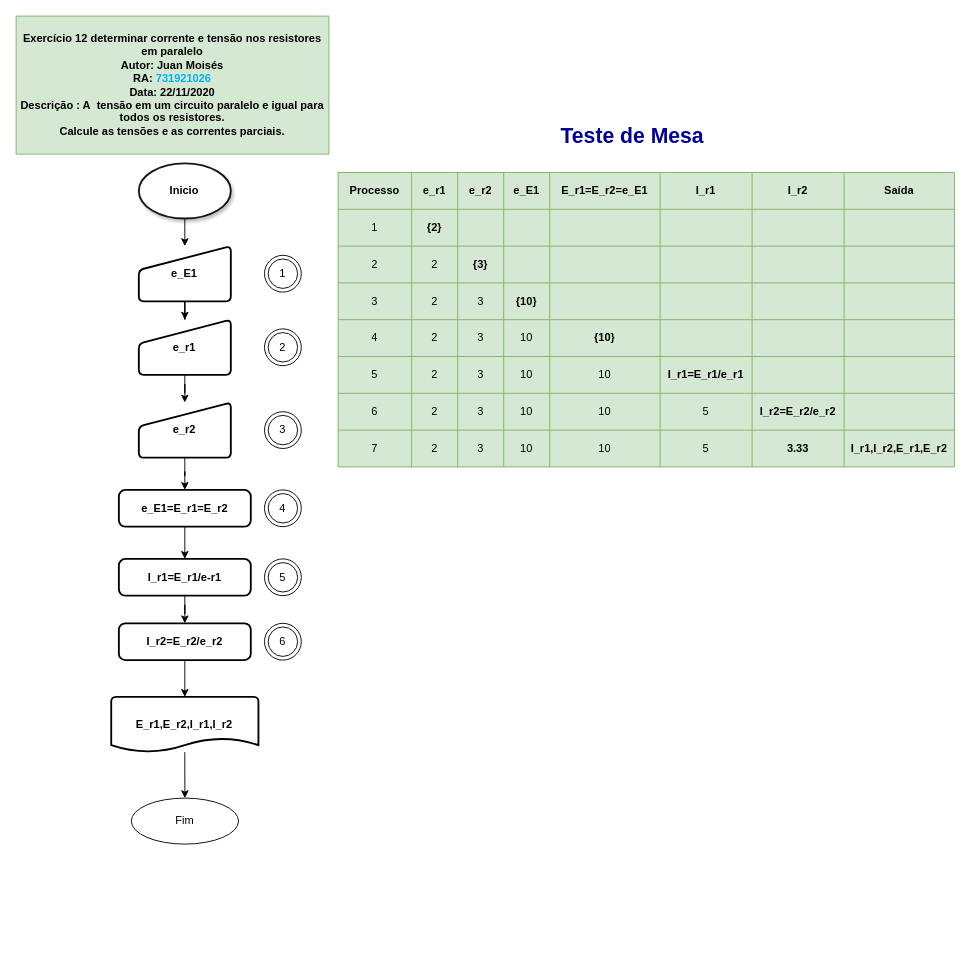
Above: Exercicio_12_resistores_paralelo.drawio in juanmoises/FATEC-ELETRONICA-731921026-juan-LTP (draw.io), before the change. Source tidied: cells renumbered, new cells numbered last; positions are measured from the earlier drawing's top-left corner, leaving out a move shared by most shapes. Both pictures are drawn from the tidied source at 92%, with x=0, y=0 at pixel (16, 16).
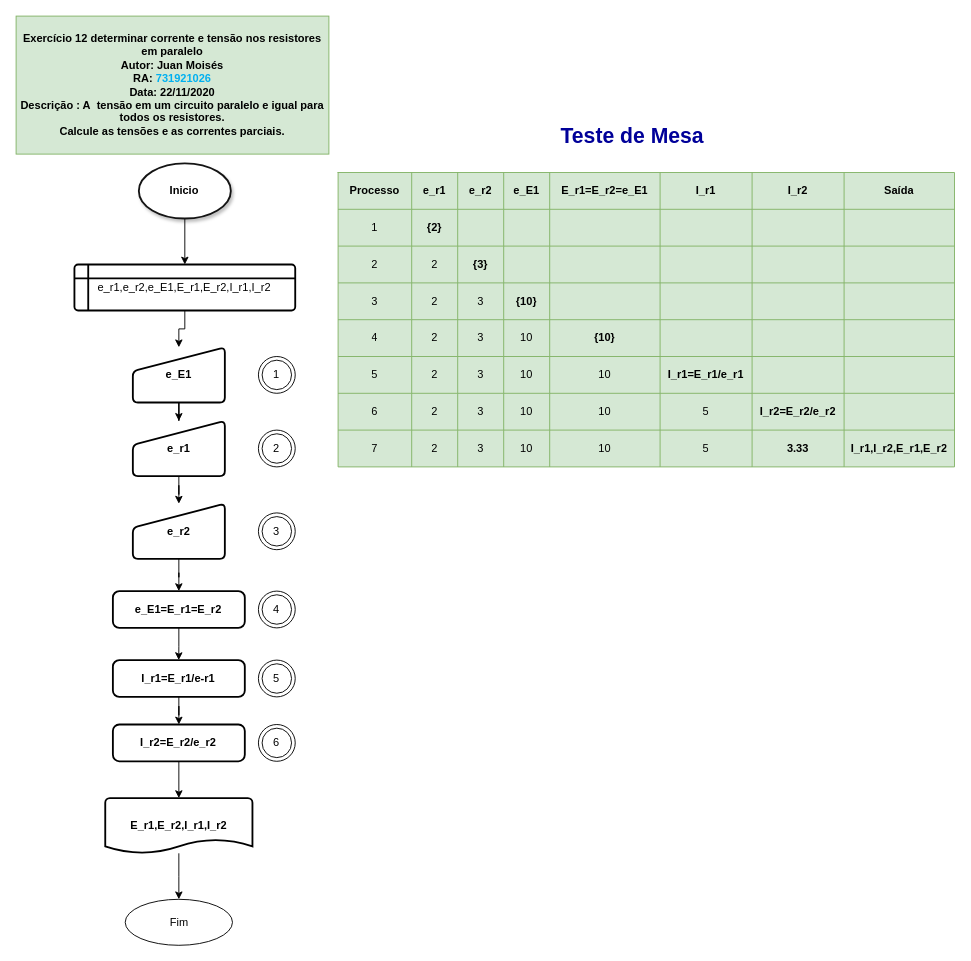
After the change.

Commit message:
Exercicio_12_resistores_paralelo

Adicionado variaveis.

The change refers to these unchanged cells:
```xml
<mxCell id="78" value="Inicio" style="strokeWidth=2;html=1;shape=mxgraph.flowchart.start_1;whiteSpace=wrap;fillColor=#FFFFFF;strokeColor=#141414;shadow=1;fontStyle=1;" parent="1" vertex="1">
  <mxGeometry x="133.4" y="160" width="100" height="60" as="geometry" />
</mxCell>
```

What changed in the source:
```diff
@@
-    <mxCell id="77" style="edgeStyle=orthogonalEdgeStyle;rounded=0;jettySize=auto;html=1;exitX=0.5;exitY=1;exitDx=0;exitDy=0;exitPerimeter=0;entryX=0.5;entryY=0;entryDx=0;entryDy=0;fontStyle=1;" parent="1" edge="1" source="78">
-      <mxGeometry relative="1" as="geometry">
-        <mxPoint x="183.4" y="250" as="targetPoint" />
-      </mxGeometry>
-    </mxCell>
+    <mxCell id="100" style="edgeStyle=orthogonalEdgeStyle;rounded=0;jettySize=auto;html=1;" parent="1" edge="1" source="78" target="102">
+      <mxGeometry relative="1" as="geometry" />
+    </mxCell>
@@
     <mxCell id="80" value="e_r1" style="html=1;strokeWidth=2;shape=manualInput;whiteSpace=wrap;rounded=1;size=26;arcSize=11;fontStyle=1;" parent="1" vertex="1">
-      <mxGeometry x="133.4" y="330" width="100" height="60" as="geometry" />
+      <mxGeometry x="126.9" y="440" width="100" height="60" as="geometry" />
     </mxCell>
     <mxCell id="81" style="edgeStyle=orthogonalEdgeStyle;rounded=0;jettySize=auto;html=1;" parent="1" edge="1" source="82">
       <mxGeometry relative="1" as="geometry">
-        <mxPoint x="183.4" y="590" as="targetPoint" />
+        <mxPoint x="176.8" y="700" as="targetPoint" />
       </mxGeometry>
     </mxCell>
     <mxCell id="82" value="e_E1=E_r1=E_r2" style="rounded=1;whiteSpace=wrap;html=1;absoluteArcSize=1;arcSize=14;strokeWidth=2;fontStyle=1;" parent="1" vertex="1">
-      <mxGeometry x="111.7" y="515" width="143.4" height="40" as="geometry" />
+      <mxGeometry x="105.2" y="625" width="143.4" height="40" as="geometry" />
     </mxCell>
@@
     <mxCell id="84" value="E_r1,E_r2,I_r1,I_r2" style="strokeWidth=2;html=1;shape=mxgraph.flowchart.document2;whiteSpace=wrap;size=0.25;fontStyle=1;" parent="1" vertex="1">
-      <mxGeometry x="103.4" y="740" width="160" height="60" as="geometry" />
+      <mxGeometry x="96.9" y="850" width="160" height="60" as="geometry" />
     </mxCell>
@@
     <mxCell id="86" value="&lt;b&gt;e_r2&lt;/b&gt;" style="html=1;strokeWidth=2;shape=manualInput;whiteSpace=wrap;rounded=1;size=26;arcSize=11;" parent="1" vertex="1">
-      <mxGeometry x="133.4" y="420" width="100" height="60" as="geometry" />
+      <mxGeometry x="126.9" y="530" width="100" height="60" as="geometry" />
     </mxCell>
@@
     <mxCell id="88" value="e_E1" style="html=1;strokeWidth=2;shape=manualInput;whiteSpace=wrap;rounded=1;size=26;arcSize=11;fontStyle=1;" parent="1" vertex="1">
-      <mxGeometry x="133.4" y="250" width="100" height="60" as="geometry" />
+      <mxGeometry x="126.9" y="360" width="100" height="60" as="geometry" />
     </mxCell>
@@
     <mxCell id="90" value="I_r1=E_r1/e-r1" style="rounded=1;whiteSpace=wrap;html=1;absoluteArcSize=1;arcSize=14;strokeWidth=2;fontStyle=1;" parent="1" vertex="1">
-      <mxGeometry x="111.7" y="590" width="143.4" height="40" as="geometry" />
+      <mxGeometry x="105.2" y="700" width="143.4" height="40" as="geometry" />
     </mxCell>
@@
     <mxCell id="92" value="I_r2=E_r2/e_r2" style="rounded=1;whiteSpace=wrap;html=1;absoluteArcSize=1;arcSize=14;strokeWidth=2;fontStyle=1;" parent="1" vertex="1">
-      <mxGeometry x="111.7" y="660" width="143.4" height="40" as="geometry" />
+      <mxGeometry x="105.2" y="770" width="143.4" height="40" as="geometry" />
     </mxCell>
     <mxCell id="93" value="Fim" style="ellipse;whiteSpace=wrap;html=1;" parent="1" vertex="1">
-      <mxGeometry x="125.2" y="850" width="116.6" height="50" as="geometry" />
+      <mxGeometry x="118.6" y="960" width="116.6" height="50" as="geometry" />
     </mxCell>
     <mxCell id="94" value="1" style="ellipse;shape=doubleEllipse;whiteSpace=wrap;html=1;" parent="1" vertex="1">
-      <mxGeometry x="270" y="260" width="40" height="40" as="geometry" />
+      <mxGeometry x="263.4" y="370" width="40" height="40" as="geometry" />
     </mxCell>
     <mxCell id="95" value="2" style="ellipse;shape=doubleEllipse;whiteSpace=wrap;html=1;" parent="1" vertex="1">
-      <mxGeometry x="270" y="340" width="40" height="40" as="geometry" />
+      <mxGeometry x="263.4" y="450" width="40" height="40" as="geometry" />
     </mxCell>
     <mxCell id="96" value="3" style="ellipse;shape=doubleEllipse;whiteSpace=wrap;html=1;" parent="1" vertex="1">
-      <mxGeometry x="270" y="430" width="40" height="40" as="geometry" />
+      <mxGeometry x="263.4" y="540" width="40" height="40" as="geometry" />
     </mxCell>
     <mxCell id="97" value="5" style="ellipse;shape=doubleEllipse;whiteSpace=wrap;html=1;" parent="1" vertex="1">
-      <mxGeometry x="270" y="590" width="40" height="40" as="geometry" />
+      <mxGeometry x="263.4" y="700" width="40" height="40" as="geometry" />
     </mxCell>
     <mxCell id="98" value="4" style="ellipse;shape=doubleEllipse;whiteSpace=wrap;html=1;" parent="1" vertex="1">
-      <mxGeometry x="270" y="515" width="40" height="40" as="geometry" />
+      <mxGeometry x="263.4" y="625" width="40" height="40" as="geometry" />
     </mxCell>
     <mxCell id="99" value="6" style="ellipse;shape=doubleEllipse;whiteSpace=wrap;html=1;" parent="1" vertex="1">
-      <mxGeometry x="270" y="660" width="40" height="40" as="geometry" />
+      <mxGeometry x="263.4" y="770" width="40" height="40" as="geometry" />
     </mxCell>
+    <mxCell id="101" style="edgeStyle=orthogonalEdgeStyle;rounded=0;jettySize=auto;html=1;" parent="1" edge="1" source="102" target="88">
+      <mxGeometry relative="1" as="geometry" />
+    </mxCell>
+    <mxCell id="102" value="&lt;span style=&quot;font-size: 12px&quot;&gt;e_r1,e_r2,e_E1,E_r1,E_r2,I_r1,I_r2&lt;/span&gt;" style="shape=internalStorage;whiteSpace=wrap;html=1;dx=15;dy=15;rounded=1;arcSize=8;strokeWidth=2;" parent="1" vertex="1">
+      <mxGeometry x="63.4" y="270" width="240" height="50" as="geometry" />
+    </mxCell>
```
